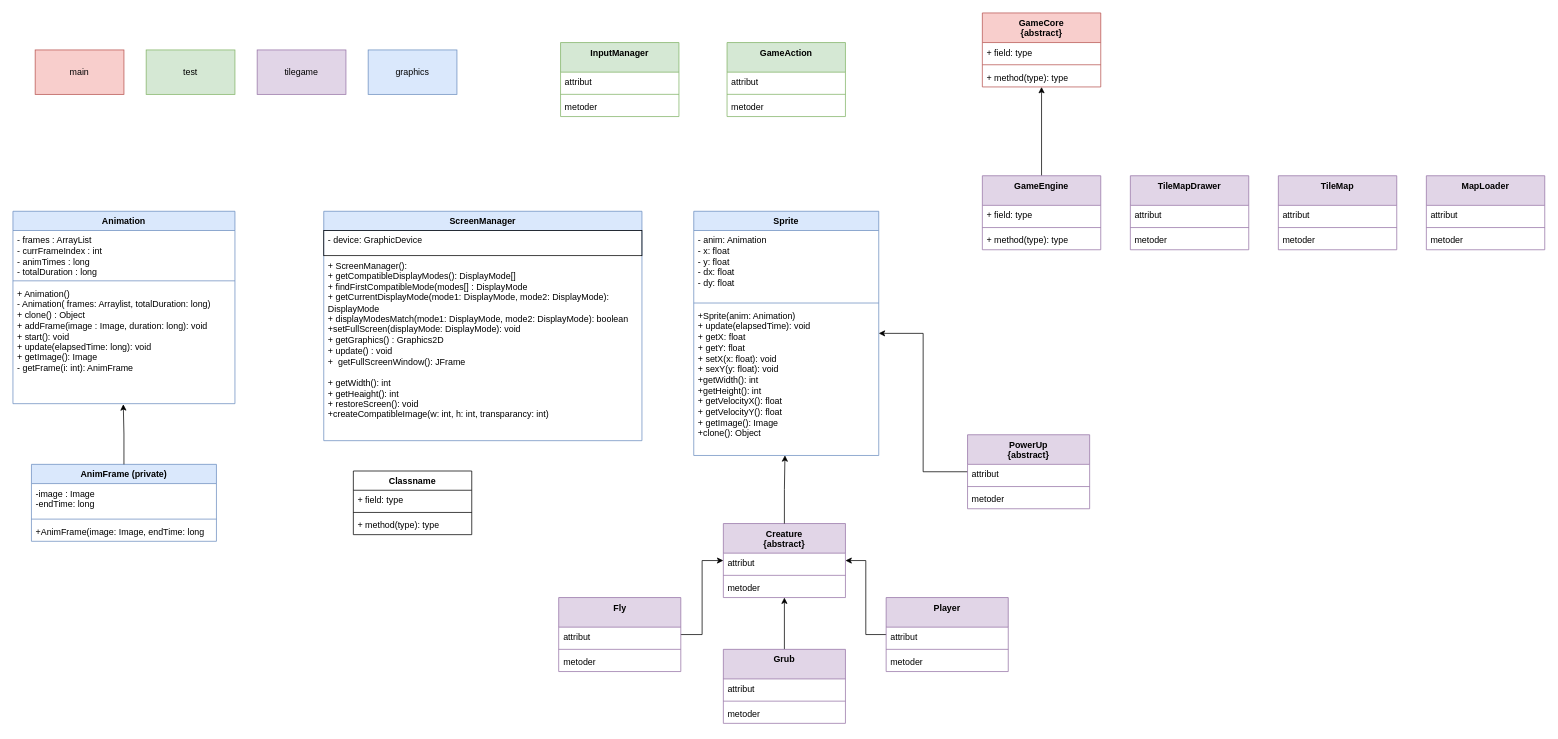
The draw.io diagram 2D SMURFIO GAME UML.drawio in fritjofbakken/Super-Mario-Java-2D-Game, before the edit. Source tidied: cells renumbered, new cells numbered last; positions are measured from the earlier drawing's top-left corner, leaving out a move shared by most shapes. Both pictures are drawn from the tidied source at 74%, with x=0, y=0 at pixel (13, 13).
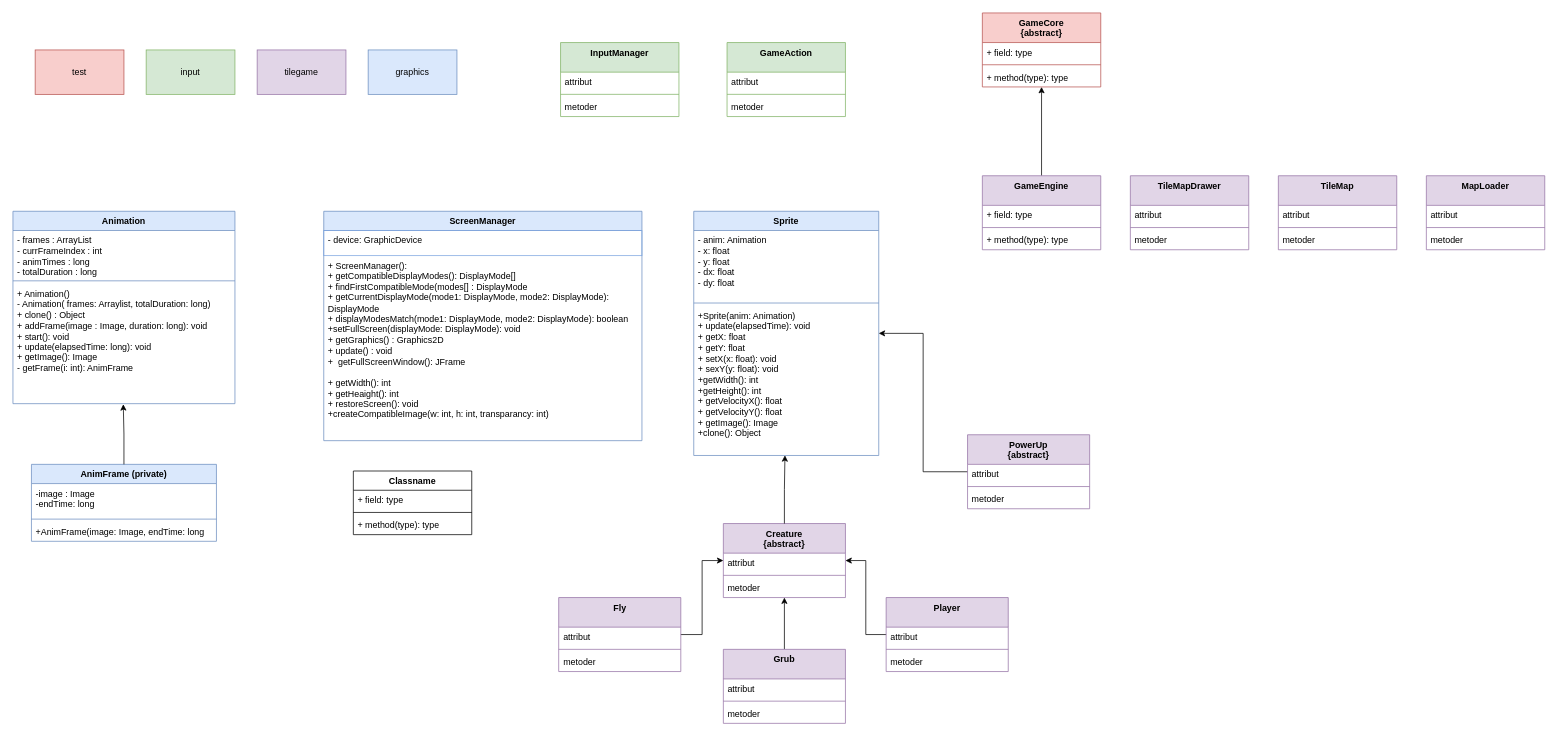
The same page after the edit.

Unchanged cells that the change refers to:
```xml
<mxCell id="20" value="ScreenManager" style="swimlane;fontStyle=1;align=center;verticalAlign=top;horizontal=1;startSize=26;whiteSpace=wrap;html=1;fillColor=#dae8fc;strokeColor=#6c8ebf;" parent="1" vertex="1">
  <mxGeometry x="420" y="268" width="430" height="310" as="geometry" />
</mxCell>
```

What changed in the source:
```diff
@@
-    <mxCell id="21" value="- device: GraphicDevice" style="text;strokeColor=default;fillColor=none;align=left;verticalAlign=top;spacingLeft=4;spacingRight=4;overflow=hidden;whiteSpace=wrap;html=1;" parent="20" vertex="1">
+    <mxCell id="21" value="- device: GraphicDevice" style="text;strokeColor=#7EA6E0;fillColor=none;align=left;verticalAlign=top;spacingLeft=4;spacingRight=4;overflow=hidden;whiteSpace=wrap;html=1;" parent="20" vertex="1">
       <mxGeometry y="26" width="430" height="34" as="geometry" />
     </mxCell>
@@
-    <mxCell id="72" value="test" style="rounded=0;whiteSpace=wrap;html=1;fillColor=#d5e8d4;strokeColor=#82b366;" parent="1" vertex="1">
+    <mxCell id="72" value="input" style="rounded=0;whiteSpace=wrap;html=1;fillColor=#d5e8d4;strokeColor=#82b366;" parent="1" vertex="1">
       <mxGeometry x="180" y="50" width="120" height="60" as="geometry" />
     </mxCell>
@@
-    <mxCell id="75" value="main" style="rounded=0;whiteSpace=wrap;html=1;fillColor=#f8cecc;strokeColor=#b85450;" parent="1" vertex="1">
+    <mxCell id="75" value="&lt;div&gt;test&lt;/div&gt;" style="rounded=0;whiteSpace=wrap;html=1;fillColor=#f8cecc;strokeColor=#b85450;" parent="1" vertex="1">
       <mxGeometry x="30" y="50" width="120" height="60" as="geometry" />
     </mxCell>
```
